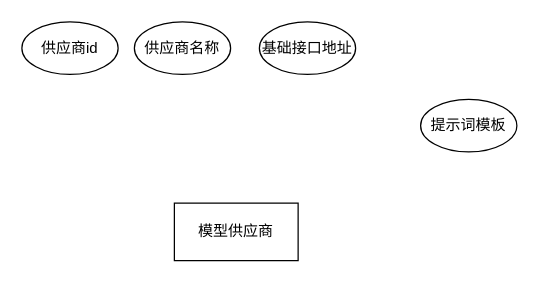
Earlier version of the draw.io diagram 权限管理ER图.drawio (Chentx1243/draw.io). Source tidied: cells renumbered, new cells numbered last; positions are measured from the earlier drawing's top-left corner, leaving out a move shared by most shapes. Both pictures are drawn from the tidied source at 125%, with x=0, y=0 at pixel (21, 21).
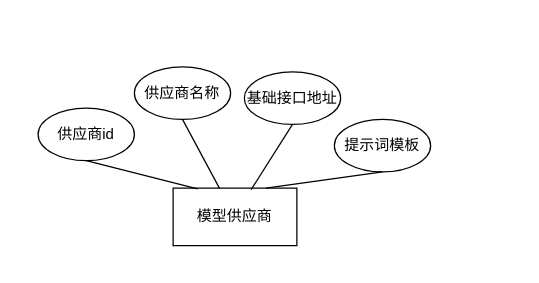
The same page after the edit.

Commit message (it also covers changes not shown here):
更新权限管理ER图.drawio

What changed in the source:
```diff
@@
 <mxGraphModel>
   <root>
     <mxCell id="0" />
     <mxCell id="1" parent="0" />
     <mxCell id="2" value="模型供应商" style="rounded=0;whiteSpace=wrap;html=1;" parent="1" vertex="1">
-      <mxGeometry x="122" y="145" width="99" height="46" as="geometry" />
+      <mxGeometry x="121" y="133" width="99" height="46" as="geometry" />
     </mxCell>
     <mxCell id="3" value="供应商id" style="ellipse;whiteSpace=wrap;html=1;" parent="1" vertex="1">
-      <mxGeometry width="77" height="42" as="geometry" />
+      <mxGeometry x="13" y="69" width="77" height="42" as="geometry" />
     </mxCell>
     <mxCell id="4" value="供应商名称" style="ellipse;whiteSpace=wrap;html=1;" parent="1" vertex="1">
-      <mxGeometry x="90" width="77" height="42" as="geometry" />
+      <mxGeometry x="90" y="36" width="77" height="42" as="geometry" />
     </mxCell>
     <mxCell id="5" value="基础接口地址" style="ellipse;whiteSpace=wrap;html=1;" parent="1" vertex="1">
-      <mxGeometry x="190" width="77" height="42" as="geometry" />
+      <mxGeometry x="178" y="40" width="77" height="42" as="geometry" />
     </mxCell>
     <mxCell id="6" value="提示词模板" style="ellipse;whiteSpace=wrap;html=1;" parent="1" vertex="1">
-      <mxGeometry x="319" y="62" width="77" height="42" as="geometry" />
+      <mxGeometry x="250" y="78" width="77" height="42" as="geometry" />
     </mxCell>
+    <mxCell id="7" style="endArrow=none;html=1;rounded=0;fontSize=12;startSize=8;endSize=8;curved=1;exitX=0.198;exitY=0.012;exitDx=0;exitDy=0;exitPerimeter=0;entryX=0.5;entryY=1;entryDx=0;entryDy=0;" parent="1" edge="1" source="2" target="3">
+      <mxGeometry relative="1" as="geometry" />
+    </mxCell>
+    <mxCell id="8" style="endArrow=none;html=1;rounded=0;fontSize=12;startSize=8;endSize=8;curved=1;entryX=0.5;entryY=1;entryDx=0;entryDy=0;exitX=0.375;exitY=0.005;exitDx=0;exitDy=0;exitPerimeter=0;" parent="1" edge="1" source="2" target="4">
+      <mxGeometry relative="1" as="geometry" />
+    </mxCell>
+    <mxCell id="9" style="endArrow=none;html=1;rounded=0;fontSize=12;startSize=8;endSize=8;curved=1;entryX=0.5;entryY=1;entryDx=0;entryDy=0;exitX=0.63;exitY=0.027;exitDx=0;exitDy=0;exitPerimeter=0;" parent="1" edge="1" source="2" target="5">
+      <mxGeometry relative="1" as="geometry" />
+    </mxCell>
+    <mxCell id="10" style="endArrow=none;html=1;rounded=0;fontSize=12;startSize=8;endSize=8;curved=1;entryX=0.5;entryY=1;entryDx=0;entryDy=0;exitX=0.75;exitY=0;exitDx=0;exitDy=0;" parent="1" edge="1" source="2" target="6">
+      <mxGeometry relative="1" as="geometry" />
+    </mxCell>
   </root>
 </mxGraphModel>
```
